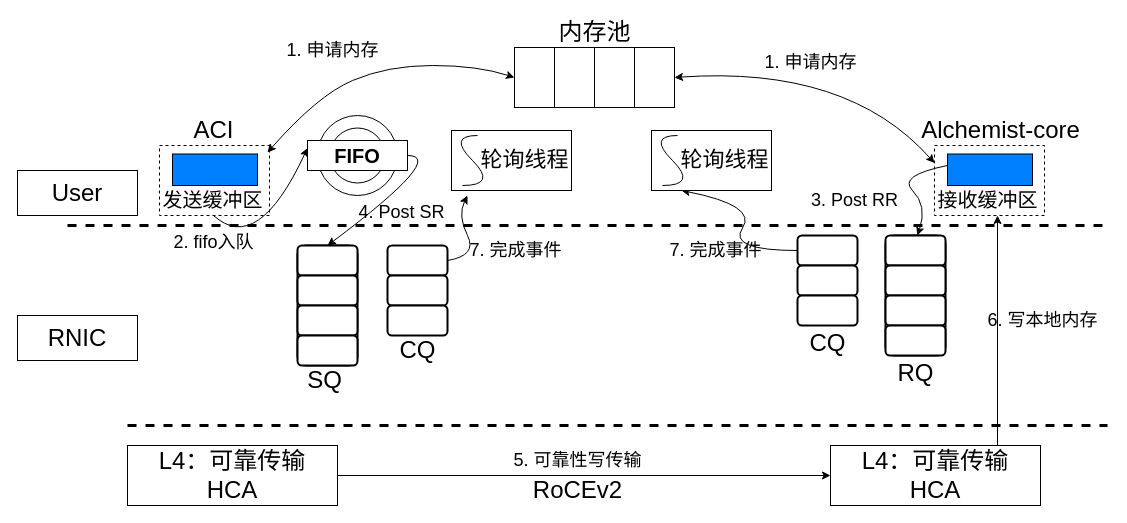
Before: page "零拷贝机制通信流程" (23 of 29) of Untitled Diagram.drawio in zwxhnu/Hybrid_Computing, a draw.io diagram. Source tidied: cells renumbered, new cells numbered last; positions are measured from the earlier drawing's top-left corner, leaving out a move shared by most shapes. Both pictures are drawn from the tidied source at 100%, with x=0, y=0 at pixel (17, 17).
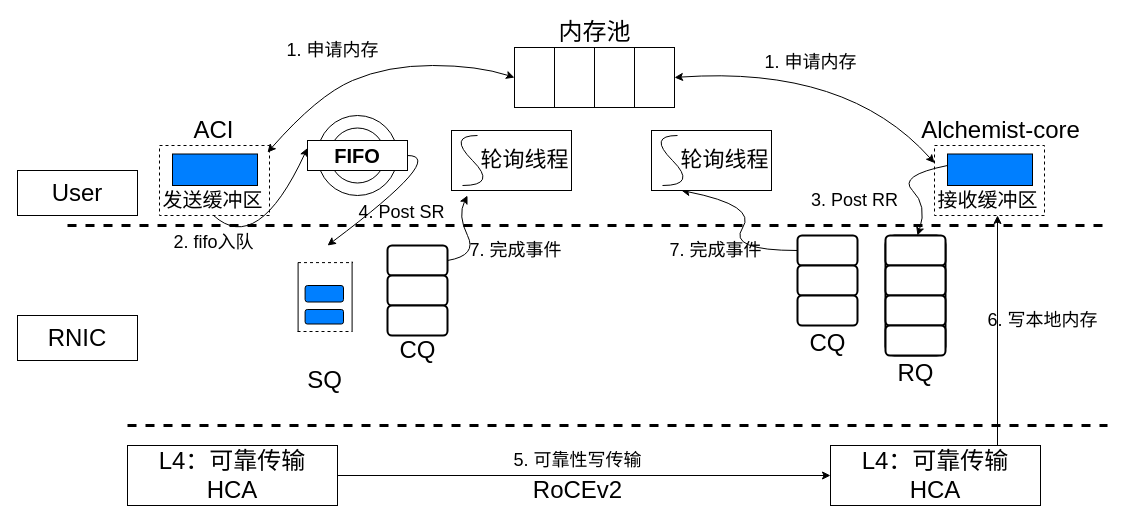
Above is the later version.

The change refers to these unchanged cells:
```xml
<mxCell id="64" value="&lt;b&gt;FIFO&lt;/b&gt;" style="rounded=0;whiteSpace=wrap;html=1;fontSize=20;strokeWidth=1;align=center;" parent="1" vertex="1">
  <mxGeometry x="290" y="123" width="100" height="30" as="geometry" />
</mxCell>
```

What changed in the source:
```diff
@@
-    <mxCell id="7" style="rounded=1;whiteSpace=wrap;html=1;fontSize=18;strokeWidth=2;" parent="1" vertex="1">
-      <mxGeometry x="280" y="228" width="60" height="120" as="geometry" />
-    </mxCell>
-    <mxCell id="8" style="rounded=1;whiteSpace=wrap;html=1;fontSize=18;strokeWidth=2;" parent="1" vertex="1">
-      <mxGeometry x="280" y="228" width="60" height="30" as="geometry" />
-    </mxCell>
-    <mxCell id="9" style="rounded=1;whiteSpace=wrap;html=1;fontSize=18;strokeWidth=2;" parent="1" vertex="1">
-      <mxGeometry x="280" y="258" width="60" height="30" as="geometry" />
-    </mxCell>
-    <mxCell id="10" style="rounded=1;whiteSpace=wrap;html=1;fontSize=18;strokeWidth=2;" parent="1" vertex="1">
-      <mxGeometry x="280" y="288" width="60" height="30" as="geometry" />
-    </mxCell>
-    <mxCell id="11" style="rounded=1;whiteSpace=wrap;html=1;fontSize=18;strokeWidth=2;" parent="1" vertex="1">
-      <mxGeometry x="280" y="318" width="60" height="30" as="geometry" />
-    </mxCell>
@@
-    <mxCell id="65" style="curved=1;endArrow=classic;html=1;fontSize=20;startSize=6;endSize=6;strokeWidth=1;exitX=1;exitY=0.5;exitDx=0;exitDy=0;entryX=0.5;entryY=0;entryDx=0;entryDy=0;" parent="1" edge="1" source="64" target="8">
+    <mxCell id="65" style="curved=1;endArrow=classic;html=1;fontSize=20;startSize=6;endSize=6;strokeWidth=1;exitX=1;exitY=0.5;exitDx=0;exitDy=0;entryX=0.5;entryY=0;entryDx=0;entryDy=0;" parent="1" edge="1" source="64">
       <mxGeometry relative="1" as="geometry">
+        <mxPoint x="310" y="228" as="targetPoint" />
         <Array as="points">
           <mxPoint x="430" y="138" />
         </Array>
       </mxGeometry>
     </mxCell>
@@
+    <mxCell id="70" style="endArrow=none;html=1;rounded=0;fontSize=18;" parent="1" edge="1">
+      <mxGeometry relative="1" as="geometry">
+        <mxPoint x="280.6" y="245" as="sourcePoint" />
+        <mxPoint x="280.6" y="314" as="targetPoint" />
+      </mxGeometry>
+    </mxCell>
+    <mxCell id="71" style="endArrow=none;html=1;rounded=0;fontSize=18;" parent="1" edge="1">
+      <mxGeometry relative="1" as="geometry">
+        <mxPoint x="334.6" y="244" as="sourcePoint" />
+        <mxPoint x="334.6" y="314" as="targetPoint" />
+      </mxGeometry>
+    </mxCell>
+    <mxCell id="72" style="rounded=1;whiteSpace=wrap;html=1;fontSize=18;fillColor=#007FFF;direction=south;" parent="1" vertex="1">
+      <mxGeometry x="287.6" y="268" width="38.4" height="16.5" as="geometry" />
+    </mxCell>
+    <mxCell id="73" style="rounded=1;whiteSpace=wrap;html=1;fontSize=18;fillColor=#007FFF;direction=south;" parent="1" vertex="1">
+      <mxGeometry x="287.6" y="292" width="38.4" height="14.5" as="geometry" />
+    </mxCell>
+    <mxCell id="74" style="endArrow=none;html=1;rounded=0;dashed=1;" parent="1" edge="1">
+      <mxGeometry relative="1" as="geometry">
+        <mxPoint x="280" y="314" as="sourcePoint" />
+        <mxPoint x="335" y="314" as="targetPoint" />
+      </mxGeometry>
+    </mxCell>
+    <mxCell id="75" style="endArrow=none;html=1;rounded=0;dashed=1;" parent="1" edge="1">
+      <mxGeometry relative="1" as="geometry">
+        <mxPoint x="280.5" y="245.1" as="sourcePoint" />
+        <mxPoint x="335.5" y="245.1" as="targetPoint" />
+      </mxGeometry>
+    </mxCell>
```
